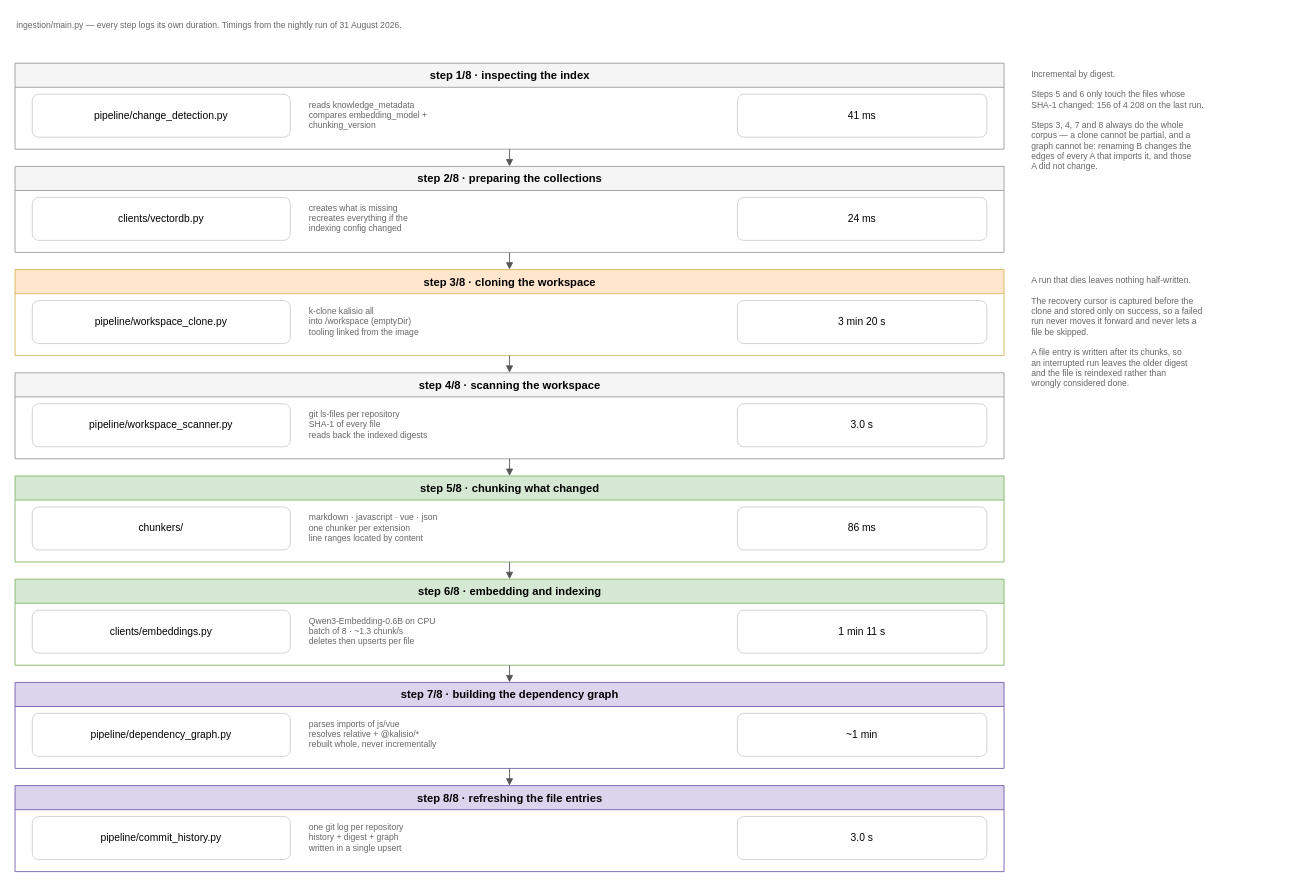
This is page "built · ingestion pipeline" (10 of 14) of docs/public/architecture.drawio from kalisio/knowledge, a draw.io file, before an edit. Source tidied: cells renumbered, new cells numbered last; positions are measured from the earlier drawing's top-left corner, leaving out a move shared by most shapes. Both pictures are drawn from the tidied source at 86%, with x=0, y=0 at pixel (15, 15).
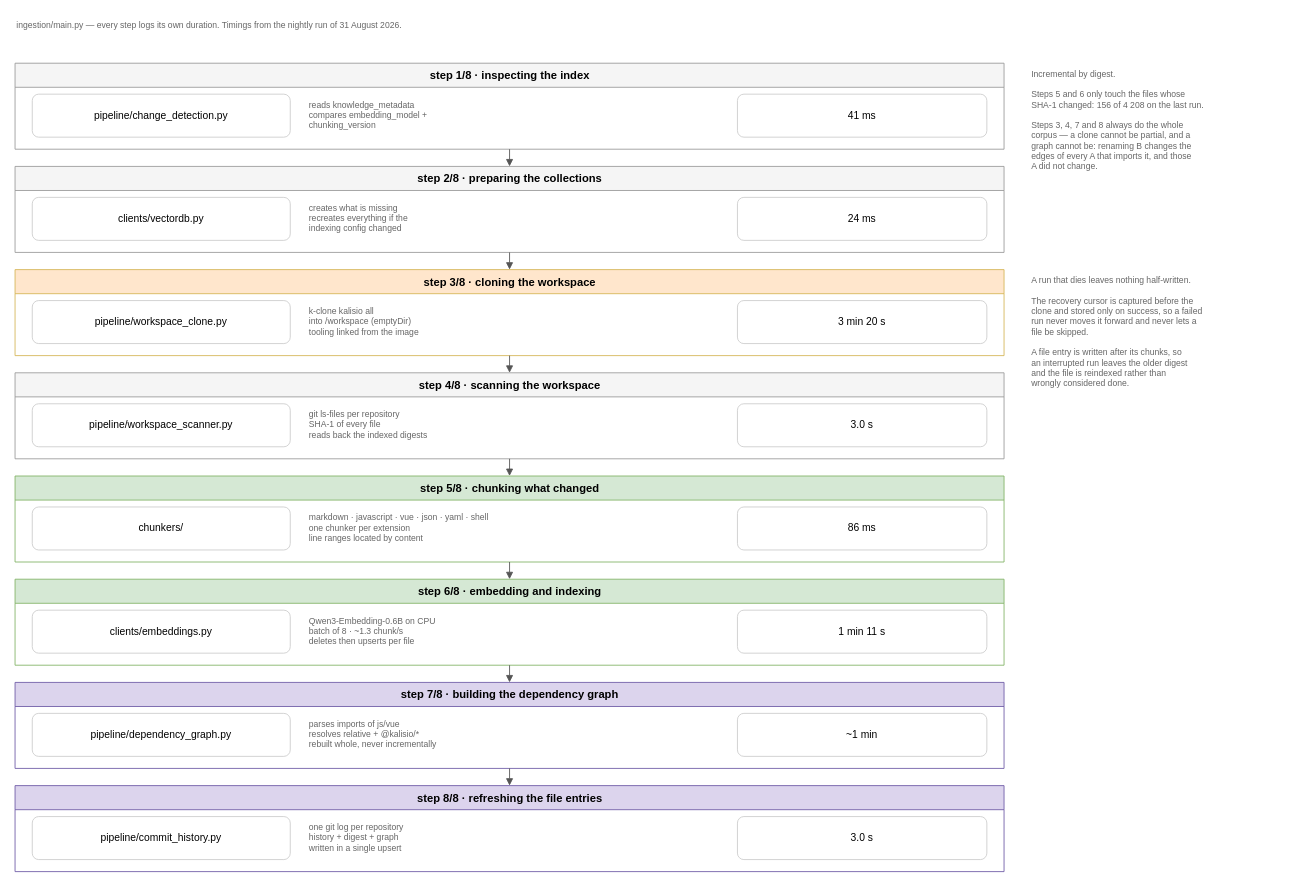
The same diagram, later.

Unchanged cells that the change refers to:
```xml
<mxCell id="22" value="step 5/8  ·  chunking what changed" style="swimlane;startSize=28;fontStyle=1;fontSize=13;html=1;fillColor=#d5e8d4;strokeColor=#82b366;" parent="1" vertex="1">
  <mxGeometry y="536" width="1150" height="100" as="geometry" />
</mxCell>
```

Diff of the diagram source:
```diff
@@
-    <mxCell id="24" value="markdown · javascript · vue · json&lt;br&gt;one chunker per extension&lt;br&gt;line ranges located by content" style="rounded=0;whiteSpace=wrap;html=1;align=left;verticalAlign=top;fontSize=10;fontColor=#666666;strokeColor=none;fillColor=none;spacing=2;" parent="22" vertex="1">
+    <mxCell id="24" value="markdown · javascript · vue · json · yaml · shell&lt;br&gt;one chunker per extension&lt;br&gt;line ranges located by content" style="rounded=0;whiteSpace=wrap;html=1;align=left;verticalAlign=top;fontSize=10;fontColor=#666666;strokeColor=none;fillColor=none;spacing=2;" parent="22" vertex="1">
       <mxGeometry x="340" y="36" width="480" height="50" as="geometry" />
     </mxCell>
```
